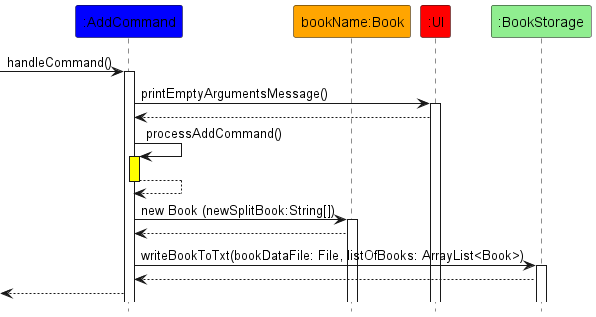
Above: docs/images/AddCommand.png in kirangeofran/tp (PlantUML), before the change.
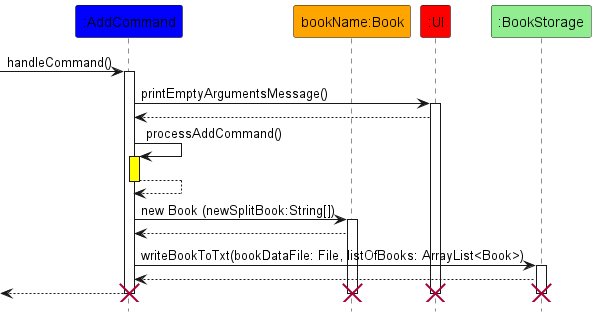
Later version of the same file.

Commit message:
update diagram, ui component

Diff of the diagram source:
```diff
@@ -22,7 +22,14 @@
 activate BookStorage
 BookStorage --> AddCommand
 [<-- AddCommand
-autonumber
+deactivate AddCommand
+destroy AddCommand
+deactivate Book
+destroy Book
+deactivate UI
+destroy UI
+deactivate BookStorage
+destroy BookStorage
 
 
 
```
